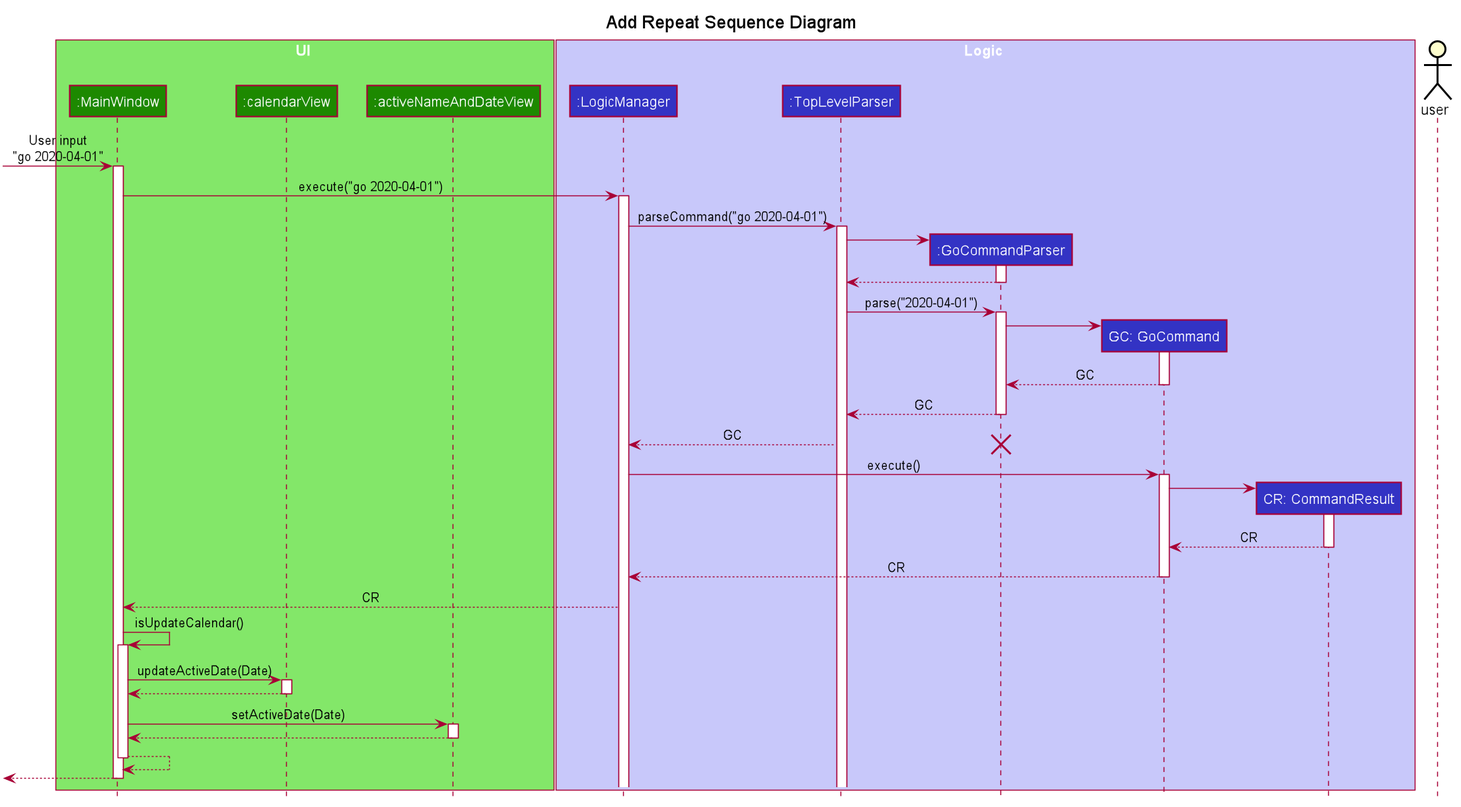
The PlantUML diagram docs/images/goSequenceDiagram.png in zwasd/main, before a commit.
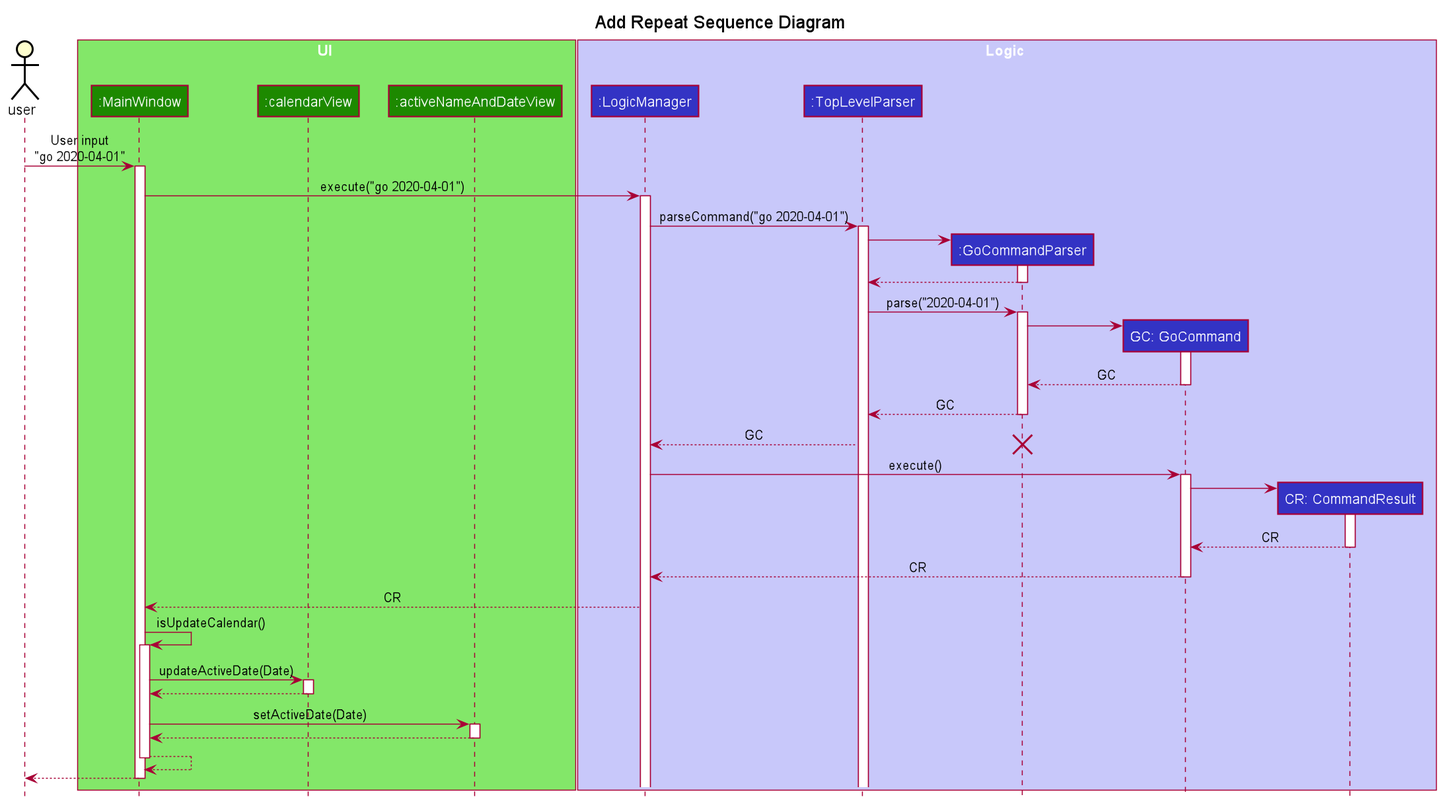
Above is the later version.

Change to the diagram source:
```diff
@@ -38,6 +38,10 @@
     Padding 20
 }
 
+skinparam TextColor {
+    FontColor #FFFFFF
+}
+
 skinparam MinClassWidth 50
 skinparam ParticipantPadding 10
 skinparam Shadowing false
@@ -48,6 +52,8 @@
 hide members
 hide circle
 title Add Repeat Sequence Diagram
+
+actor user
 box UI #83E769
 participant ":MainWindow" as MainWindow #1D8900
 participant ":calendarView" as calendarView #1D8900
@@ -63,9 +69,9 @@
 end box
 
 
-actor user
 
-[-> MainWindow : User input\n"go 2020-04-01"
+
+user -> MainWindow : User input\n"go 2020-04-01"
 activate MainWindow
 
 MainWindow -> LogicManager : execute("go 2020-04-01")
@@ -127,7 +133,7 @@
 MainWindow --> MainWindow
 deactivate MainWindow
 
-<-- MainWindow
+user <-- MainWindow
 deactivate MainWindow
 
 @enduml
```
